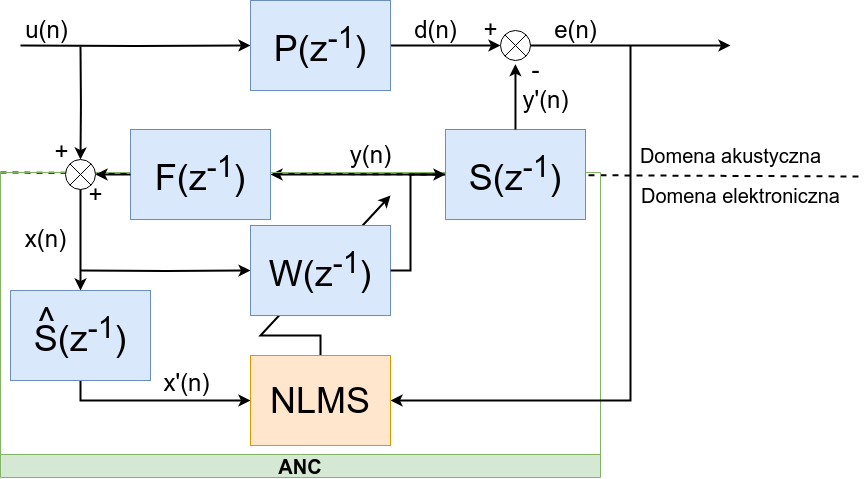
kopiecki/anc keeps this draw.io diagram as docs/polsl/thesis/graf/analysis/feedback.png. Above is the earlier version. Source tidied: cells renumbered, new cells last; positions are measured from the earlier drawing's top-left corner, leaving out a move shared by most shapes. Source of this version:
```xml
<mxGraphModel>
  <root>
    <mxCell id="0" />
    <mxCell id="1" parent="0" />
    <mxCell id="2" style="edgeStyle=orthogonalEdgeStyle;rounded=0;jettySize=auto;html=1;entryX=1;entryY=0.5;entryDx=0;entryDy=0;strokeWidth=2;" parent="1" edge="1" source="32" target="5">
      <mxGeometry relative="1" as="geometry" />
    </mxCell>
    <mxCell id="3" style="endArrow=none;dashed=1;html=1;strokeWidth=2;rounded=0;exitX=1;exitY=1;exitDx=0;exitDy=0;" parent="1" edge="1">
      <mxGeometry relative="1" as="geometry">
        <mxPoint y="172" as="sourcePoint" />
        <mxPoint x="860" y="176" as="targetPoint" />
      </mxGeometry>
    </mxCell>
    <mxCell id="4" value="&lt;font style=&quot;font-size: 20px;&quot;&gt;ANC&lt;/font&gt;" style="swimlane;whiteSpace=wrap;html=1;direction=west;fillColor=#d5e8d4;strokeColor=#82b366;" parent="1" vertex="1">
      <mxGeometry y="172" width="600" height="305" as="geometry" />
    </mxCell>
    <mxCell id="5" value="&lt;span style=&quot;font-weight: normal;&quot;&gt;F(z&lt;sup style=&quot;border-color: var(--border-color);&quot;&gt;-1&lt;/sup&gt;)&lt;/span&gt;" style="rounded=0;whiteSpace=wrap;html=1;fontSize=36;fontStyle=1;fillColor=#dae8fc;strokeColor=#6c8ebf;" parent="4" vertex="1">
      <mxGeometry x="130" y="-43" width="140" height="90" as="geometry" />
    </mxCell>
    <mxCell id="6" style="group;strokeWidth=2;" parent="4" vertex="1">
      <mxGeometry x="65" y="-13" width="30" height="30" as="geometry" />
    </mxCell>
    <mxCell id="7" style="edgeStyle=orthogonalEdgeStyle;rounded=0;jettySize=auto;html=1;entryX=0.5;entryY=0;entryDx=0;entryDy=0;strokeWidth=2;" parent="6" edge="1" target="8">
      <mxGeometry relative="1" as="geometry">
        <mxPoint x="15" y="-113" as="sourcePoint" />
      </mxGeometry>
    </mxCell>
    <mxCell id="8" style="ellipse;whiteSpace=wrap;html=1;" parent="6" vertex="1">
      <mxGeometry width="30" height="30" as="geometry" />
    </mxCell>
    <mxCell id="9" style="endArrow=none;html=1;rounded=0;entryX=1;entryY=0;entryDx=0;entryDy=0;exitX=0;exitY=1;exitDx=0;exitDy=0;" parent="6" edge="1" source="8" target="8">
      <mxGeometry relative="1" as="geometry" />
    </mxCell>
    <mxCell id="10" style="endArrow=none;html=1;rounded=0;entryX=0;entryY=0;entryDx=0;entryDy=0;exitX=1;exitY=1;exitDx=0;exitDy=0;" parent="6" edge="1" source="8" target="8">
      <mxGeometry relative="1" as="geometry" />
    </mxCell>
    <mxCell id="11" style="edgeStyle=orthogonalEdgeStyle;rounded=0;jettySize=auto;html=1;entryX=1;entryY=0.5;entryDx=0;entryDy=0;strokeWidth=2;" parent="4" edge="1" source="5" target="8">
      <mxGeometry relative="1" as="geometry" />
    </mxCell>
    <mxCell id="12" value="x(n)" style="text;html=1;align=center;verticalAlign=middle;strokeColor=none;fillColor=none;fontSize=24;" parent="4" vertex="1">
      <mxGeometry x="15" y="47" width="60" height="40" as="geometry" />
    </mxCell>
    <mxCell id="13" value="+" style="text;html=1;align=center;verticalAlign=middle;strokeColor=none;fillColor=none;fontSize=24;" parent="4" vertex="1">
      <mxGeometry x="75" y="3" width="40" height="40" as="geometry" />
    </mxCell>
    <mxCell id="14" style="endArrow=classic;html=1;rounded=0;exitX=0.5;exitY=0;exitDx=0;exitDy=0;strokeWidth=2;" parent="1" edge="1" source="29">
      <mxGeometry relative="1" as="geometry">
        <mxPoint x="390" y="195" as="targetPoint" />
        <Array as="points">
          <mxPoint x="320" y="335" />
          <mxPoint x="260" y="335" />
        </Array>
      </mxGeometry>
    </mxCell>
    <mxCell id="15" style="edgeStyle=orthogonalEdgeStyle;rounded=0;jettySize=auto;html=1;strokeWidth=2;" parent="1" edge="1" target="17">
      <mxGeometry relative="1" as="geometry">
        <mxPoint x="20" y="45" as="sourcePoint" />
      </mxGeometry>
    </mxCell>
    <mxCell id="16" style="edgeStyle=orthogonalEdgeStyle;rounded=0;jettySize=auto;html=1;entryX=0;entryY=0.5;entryDx=0;entryDy=0;strokeWidth=2;" parent="1" edge="1" source="17" target="21">
      <mxGeometry relative="1" as="geometry" />
    </mxCell>
    <mxCell id="17" value="P(z&lt;sup&gt;-1&lt;/sup&gt;)" style="rounded=0;whiteSpace=wrap;html=1;fontSize=36;fillColor=#dae8fc;strokeColor=#6c8ebf;" parent="1" vertex="1">
      <mxGeometry x="250" width="140" height="90" as="geometry" />
    </mxCell>
    <mxCell id="18" style="edgeStyle=orthogonalEdgeStyle;rounded=0;jettySize=auto;html=1;strokeWidth=2;" parent="1" edge="1" target="19">
      <mxGeometry relative="1" as="geometry">
        <mxPoint x="80" y="270" as="sourcePoint" />
      </mxGeometry>
    </mxCell>
    <mxCell id="19" value="&lt;span style=&quot;font-weight: normal;&quot;&gt;W(z&lt;sup style=&quot;border-color: var(--border-color);&quot;&gt;-1&lt;/sup&gt;)&lt;/span&gt;" style="rounded=0;whiteSpace=wrap;html=1;fontSize=36;fontStyle=1;fillColor=#dae8fc;strokeColor=#6c8ebf;" parent="1" vertex="1">
      <mxGeometry x="250" y="225" width="140" height="90" as="geometry" />
    </mxCell>
    <mxCell id="20" style="group;" parent="1" vertex="1">
      <mxGeometry x="500" y="30" width="30" height="30" as="geometry" />
    </mxCell>
    <mxCell id="21" style="ellipse;whiteSpace=wrap;html=1;" parent="20" vertex="1">
      <mxGeometry width="30" height="30" as="geometry" />
    </mxCell>
    <mxCell id="22" style="endArrow=none;html=1;rounded=0;entryX=1;entryY=0;entryDx=0;entryDy=0;exitX=0;exitY=1;exitDx=0;exitDy=0;" parent="20" edge="1" source="21" target="21">
      <mxGeometry relative="1" as="geometry" />
    </mxCell>
    <mxCell id="23" style="endArrow=none;html=1;rounded=0;entryX=0;entryY=0;entryDx=0;entryDy=0;exitX=1;exitY=1;exitDx=0;exitDy=0;" parent="20" edge="1" source="21" target="21">
      <mxGeometry relative="1" as="geometry" />
    </mxCell>
    <mxCell id="24" value="u(n)" style="text;html=1;align=center;verticalAlign=middle;strokeColor=none;fillColor=none;fontSize=24;" parent="1" vertex="1">
      <mxGeometry x="11" y="10" width="70" height="40" as="geometry" />
    </mxCell>
    <mxCell id="25" value="d(n)" style="text;html=1;align=center;verticalAlign=middle;strokeColor=none;fillColor=none;fontSize=24;" parent="1" vertex="1">
      <mxGeometry x="400" y="10" width="70" height="40" as="geometry" />
    </mxCell>
    <mxCell id="26" value="-" style="text;html=1;align=center;verticalAlign=middle;strokeColor=none;fillColor=none;fontSize=24;" parent="1" vertex="1">
      <mxGeometry x="520" y="50" width="30" height="40" as="geometry" />
    </mxCell>
    <mxCell id="27" value="+" style="text;html=1;align=center;verticalAlign=middle;strokeColor=none;fillColor=none;fontSize=24;" parent="1" vertex="1">
      <mxGeometry x="470" y="10" width="40" height="40" as="geometry" />
    </mxCell>
    <mxCell id="28" style="edgeStyle=orthogonalEdgeStyle;rounded=0;jettySize=auto;html=1;entryX=1;entryY=0.5;entryDx=0;entryDy=0;strokeWidth=2;" parent="1" edge="1" target="29">
      <mxGeometry relative="1" as="geometry">
        <mxPoint x="630" y="45" as="sourcePoint" />
        <Array as="points">
          <mxPoint x="630" y="45" />
          <mxPoint x="630" y="400" />
        </Array>
      </mxGeometry>
    </mxCell>
    <mxCell id="29" value="&lt;p style=&quot;line-height: 25%;&quot;&gt;&lt;font style=&quot;font-size: 36px;&quot;&gt;NLMS&lt;/font&gt;&lt;/p&gt;" style="rounded=0;whiteSpace=wrap;html=1;fontSize=36;fontStyle=0;fillColor=#ffe6cc;strokeColor=#d79b00;align=center;" parent="1" vertex="1">
      <mxGeometry x="250" y="355" width="140" height="90" as="geometry" />
    </mxCell>
    <mxCell id="30" value="&lt;font style=&quot;font-size: 20px;&quot;&gt;Domena akustyczna&lt;/font&gt;" style="text;html=1;align=center;verticalAlign=middle;strokeColor=none;fillColor=none;fontSize=24;" parent="1" vertex="1">
      <mxGeometry x="630" y="135" width="200" height="40" as="geometry" />
    </mxCell>
    <mxCell id="31" value="&lt;font style=&quot;font-size: 20px;&quot;&gt;Domena elektroniczna&lt;/font&gt;" style="text;html=1;align=center;verticalAlign=middle;strokeColor=none;fillColor=none;fontSize=24;" parent="1" vertex="1">
      <mxGeometry x="630" y="175" width="220" height="40" as="geometry" />
    </mxCell>
    <mxCell id="32" value="&lt;span style=&quot;font-weight: normal;&quot;&gt;S(z&lt;sup style=&quot;border-color: var(--border-color);&quot;&gt;-1&lt;/sup&gt;)&lt;/span&gt;" style="rounded=0;whiteSpace=wrap;html=1;fontSize=36;fontStyle=1;fillColor=#dae8fc;strokeColor=#6c8ebf;" parent="1" vertex="1">
      <mxGeometry x="445" y="129" width="140" height="90" as="geometry" />
    </mxCell>
    <mxCell id="33" style="edgeStyle=orthogonalEdgeStyle;rounded=0;jettySize=auto;html=1;exitX=1;exitY=0.5;exitDx=0;exitDy=0;strokeWidth=2;" parent="1" edge="1" source="21">
      <mxGeometry relative="1" as="geometry">
        <mxPoint x="730" y="45" as="targetPoint" />
        <Array as="points">
          <mxPoint x="720" y="45" />
        </Array>
      </mxGeometry>
    </mxCell>
    <mxCell id="34" value="e(n)" style="text;html=1;align=center;verticalAlign=middle;strokeColor=none;fillColor=none;fontSize=24;" parent="1" vertex="1">
      <mxGeometry x="540" y="10" width="70" height="40" as="geometry" />
    </mxCell>
    <mxCell id="35" value="y'(n)" style="text;html=1;align=center;verticalAlign=middle;strokeColor=none;fillColor=none;fontSize=24;" parent="1" vertex="1">
      <mxGeometry x="510" y="80" width="70" height="40" as="geometry" />
    </mxCell>
    <mxCell id="36" style="edgeStyle=orthogonalEdgeStyle;rounded=0;jettySize=auto;html=1;entryX=0;entryY=0.5;entryDx=0;entryDy=0;strokeWidth=2;" parent="1" edge="1" source="37" target="29">
      <mxGeometry relative="1" as="geometry">
        <Array as="points">
          <mxPoint x="80" y="400" />
        </Array>
      </mxGeometry>
    </mxCell>
    <mxCell id="37" value="&lt;span style=&quot;font-weight: normal;&quot;&gt;S(z&lt;sup style=&quot;border-color: var(--border-color);&quot;&gt;-1&lt;/sup&gt;)&lt;/span&gt;" style="rounded=0;whiteSpace=wrap;html=1;fontSize=36;fontStyle=1;fillColor=#dae8fc;strokeColor=#6c8ebf;" parent="1" vertex="1">
      <mxGeometry x="10" y="290" width="140" height="90" as="geometry" />
    </mxCell>
    <mxCell id="38" value="&lt;font style=&quot;font-size: 36px;&quot;&gt;^&lt;/font&gt;" style="text;html=1;align=center;verticalAlign=middle;strokeColor=none;fillColor=none;" parent="1" vertex="1">
      <mxGeometry x="26" y="290" width="40" height="60" as="geometry" />
    </mxCell>
    <mxCell id="39" value="x'(n)" style="text;html=1;align=center;verticalAlign=middle;strokeColor=none;fillColor=none;fontSize=24;" parent="1" vertex="1">
      <mxGeometry x="151" y="363" width="70" height="40" as="geometry" />
    </mxCell>
    <mxCell id="40" style="edgeStyle=orthogonalEdgeStyle;rounded=0;jettySize=auto;html=1;entryX=0;entryY=0.5;entryDx=0;entryDy=0;strokeWidth=2;" parent="1" edge="1" source="19" target="32">
      <mxGeometry relative="1" as="geometry">
        <Array as="points">
          <mxPoint x="410" y="270" />
          <mxPoint x="410" y="174" />
        </Array>
      </mxGeometry>
    </mxCell>
    <mxCell id="41" style="edgeStyle=orthogonalEdgeStyle;rounded=0;jettySize=auto;html=1;entryX=0.5;entryY=0;entryDx=0;entryDy=0;strokeWidth=2;" parent="1" edge="1" source="8" target="37">
      <mxGeometry relative="1" as="geometry" />
    </mxCell>
    <mxCell id="42" style="edgeStyle=orthogonalEdgeStyle;rounded=0;jettySize=auto;html=1;entryX=0.499;entryY=1.121;entryDx=0;entryDy=0;entryPerimeter=0;strokeWidth=2;" parent="1" edge="1" source="32" target="21">
      <mxGeometry relative="1" as="geometry" />
    </mxCell>
    <mxCell id="43" value="y(n)" style="text;html=1;align=center;verticalAlign=middle;strokeColor=none;fillColor=none;fontSize=24;" parent="1" vertex="1">
      <mxGeometry x="340" y="135" width="60" height="40" as="geometry" />
    </mxCell>
    <mxCell id="44" value="+" style="text;html=1;align=center;verticalAlign=middle;strokeColor=none;fillColor=none;fontSize=24;" parent="1" vertex="1">
      <mxGeometry x="41" y="132" width="40" height="40" as="geometry" />
    </mxCell>
  </root>
</mxGraphModel>
```
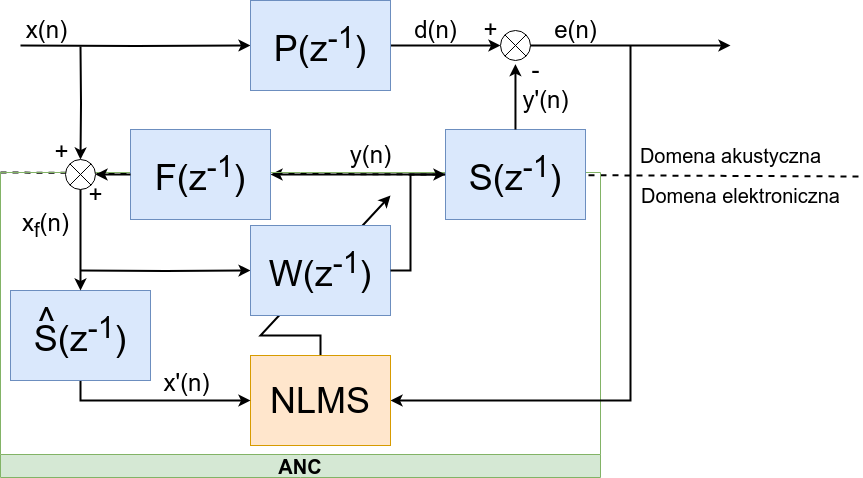
Above is the later version.

Diff of the diagram source:
```diff
@@ -37,8 +37,8 @@
     <mxCell id="11" style="edgeStyle=orthogonalEdgeStyle;rounded=0;jettySize=auto;html=1;entryX=1;entryY=0.5;entryDx=0;entryDy=0;strokeWidth=2;" parent="4" edge="1" source="5" target="8">
       <mxGeometry relative="1" as="geometry" />
     </mxCell>
-    <mxCell id="12" value="x(n)" style="text;html=1;align=center;verticalAlign=middle;strokeColor=none;fillColor=none;fontSize=24;" parent="4" vertex="1">
-      <mxGeometry x="15" y="47" width="60" height="40" as="geometry" />
+    <mxCell id="12" value="x&lt;sub&gt;f&lt;/sub&gt;(n)" style="text;html=1;align=center;verticalAlign=middle;strokeColor=none;fillColor=none;fontSize=24;" parent="4" vertex="1">
+      <mxGeometry x="10" y="28" width="70" height="50" as="geometry" />
     </mxCell>
     <mxCell id="13" value="+" style="text;html=1;align=center;verticalAlign=middle;strokeColor=none;fillColor=none;fontSize=24;" parent="4" vertex="1">
       <mxGeometry x="75" y="3" width="40" height="40" as="geometry" />
@@ -83,9 +83,6 @@
     <mxCell id="23" style="endArrow=none;html=1;rounded=0;entryX=0;entryY=0;entryDx=0;entryDy=0;exitX=1;exitY=1;exitDx=0;exitDy=0;" parent="20" edge="1" source="21" target="21">
       <mxGeometry relative="1" as="geometry" />
     </mxCell>
-    <mxCell id="24" value="u(n)" style="text;html=1;align=center;verticalAlign=middle;strokeColor=none;fillColor=none;fontSize=24;" parent="1" vertex="1">
-      <mxGeometry x="11" y="10" width="70" height="40" as="geometry" />
-    </mxCell>
     <mxCell id="25" value="d(n)" style="text;html=1;align=center;verticalAlign=middle;strokeColor=none;fillColor=none;fontSize=24;" parent="1" vertex="1">
       <mxGeometry x="400" y="10" width="70" height="40" as="geometry" />
     </mxCell>
@@ -166,5 +163,8 @@
     <mxCell id="44" value="+" style="text;html=1;align=center;verticalAlign=middle;strokeColor=none;fillColor=none;fontSize=24;" parent="1" vertex="1">
       <mxGeometry x="41" y="132" width="40" height="40" as="geometry" />
     </mxCell>
+    <mxCell id="45" value="x(n)" style="text;html=1;align=center;verticalAlign=middle;strokeColor=none;fillColor=none;fontSize=24;" parent="1" vertex="1">
+      <mxGeometry x="16" y="10" width="60" height="40" as="geometry" />
+    </mxCell>
   </root>
 </mxGraphModel>
```
